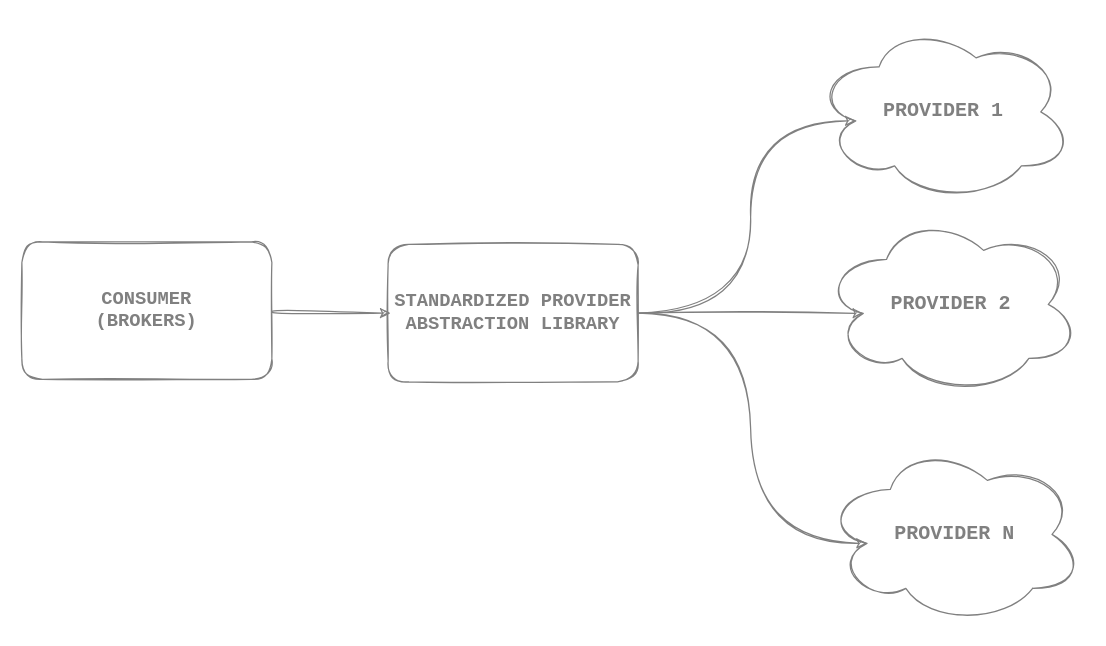
The draw.io diagram page "1.8.0" (2 of 2) of 1. Brokers/Resources/Brokers.drawio in hassanhabib/The-Standard, before the edit. Source tidied: cells renumbered, new cells numbered last; positions are measured from the earlier drawing's top-left corner, leaving out a move shared by most shapes. Both pictures are drawn from the tidied source at 125%, with x=0, y=0 at pixel (21, 21).
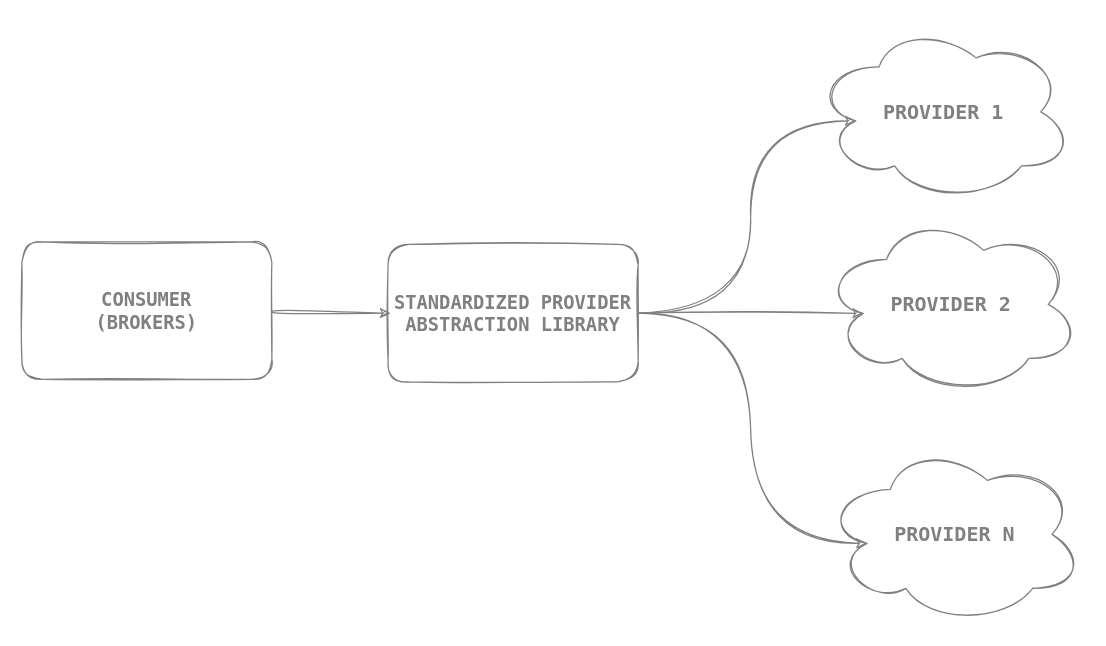
The same page after the edit.

Commit message (it also covers changes not shown here):
CODE RUB: Update Provider Drawing

The edit, as a diff of the source:
```diff
@@
 <mxGraphModel>
   <root>
     <mxCell id="0" />
     <mxCell id="1" parent="0" />
-    <mxCell id="2" style="edgeStyle=none;html=1;entryX=0.087;entryY=0.513;entryDx=0;entryDy=0;entryPerimeter=0;sketch=1;curved=1;labelBackgroundColor=#808080;strokeColor=#808080;fontStyle=1;fontFamily=Courier New;" parent="1" edge="1" source="3">
+    <mxCell id="2" style="edgeStyle=none;html=1;entryX=0.087;entryY=0.513;entryDx=0;entryDy=0;entryPerimeter=0;labelBackgroundColor=#808080;strokeColor=#808080;fontStyle=1;fontFamily=Lucida Console;sketch=1;curved=1;rounded=1;" parent="1" edge="1" source="3">
       <mxGeometry relative="1" as="geometry">
         <mxPoint x="295" y="233.1" as="targetPoint" />
       </mxGeometry>
     </mxCell>
-    <mxCell id="3" value="&lt;font color=&quot;#808080&quot;&gt;&lt;span style=&quot;font-size: 15px&quot;&gt;CONSUMER&lt;br&gt;(BROKERS)&lt;br&gt;&lt;/span&gt;&lt;/font&gt;" style="rounded=1;whiteSpace=wrap;html=1;sketch=1;fillColor=none;fontSize=11;labelBackgroundColor=none;strokeColor=#808080;fontStyle=1;fontFamily=Courier New;" parent="1" vertex="1">
+    <mxCell id="3" value="&lt;font color=&quot;#808080&quot;&gt;&lt;span style=&quot;font-size: 15px&quot;&gt;CONSUMER&lt;br&gt;(BROKERS)&lt;br&gt;&lt;/span&gt;&lt;/font&gt;" style="rounded=1;whiteSpace=wrap;html=1;fillColor=none;fontSize=11;labelBackgroundColor=none;strokeColor=#808080;fontStyle=1;fontFamily=Lucida Console;sketch=1;" parent="1" vertex="1">
       <mxGeometry y="176" width="200" height="110" as="geometry" />
     </mxCell>
-    <mxCell id="4" style="edgeStyle=orthogonalEdgeStyle;rounded=1;jettySize=auto;html=1;entryX=0.16;entryY=0.55;entryDx=0;entryDy=0;entryPerimeter=0;strokeColor=#808080;sketch=1;curved=1;" parent="1" edge="1" source="7" target="8">
+    <mxCell id="4" style="edgeStyle=orthogonalEdgeStyle;rounded=1;jettySize=auto;html=1;entryX=0.16;entryY=0.55;entryDx=0;entryDy=0;entryPerimeter=0;strokeColor=#808080;sketch=1;curved=1;fontFamily=Lucida Console;" parent="1" edge="1" source="7" target="8">
       <mxGeometry relative="1" as="geometry">
         <Array as="points">
           <mxPoint x="583" y="233" />
           <mxPoint x="583" y="79" />
         </Array>
       </mxGeometry>
     </mxCell>
-    <mxCell id="5" style="edgeStyle=orthogonalEdgeStyle;rounded=1;jettySize=auto;html=1;entryX=0.16;entryY=0.55;entryDx=0;entryDy=0;entryPerimeter=0;strokeColor=#808080;sketch=1;curved=1;" parent="1" edge="1" source="7" target="9">
+    <mxCell id="5" style="edgeStyle=orthogonalEdgeStyle;rounded=1;jettySize=auto;html=1;entryX=0.16;entryY=0.55;entryDx=0;entryDy=0;entryPerimeter=0;strokeColor=#808080;sketch=1;curved=1;fontFamily=Lucida Console;" parent="1" edge="1" source="7" target="9">
       <mxGeometry relative="1" as="geometry" />
     </mxCell>
-    <mxCell id="6" style="edgeStyle=orthogonalEdgeStyle;rounded=1;jettySize=auto;html=1;entryX=0.16;entryY=0.55;entryDx=0;entryDy=0;entryPerimeter=0;strokeColor=#808080;sketch=1;curved=1;" parent="1" edge="1" source="7" target="10">
+    <mxCell id="6" style="edgeStyle=orthogonalEdgeStyle;rounded=1;jettySize=auto;html=1;entryX=0.16;entryY=0.55;entryDx=0;entryDy=0;entryPerimeter=0;strokeColor=#808080;sketch=1;curved=1;fontFamily=Lucida Console;" parent="1" edge="1" source="7" target="10">
       <mxGeometry relative="1" as="geometry">
         <Array as="points">
           <mxPoint x="583" y="233" />
           <mxPoint x="583" y="417" />
         </Array>
       </mxGeometry>
     </mxCell>
-    <mxCell id="7" value="&lt;font color=&quot;#808080&quot;&gt;&lt;span style=&quot;font-size: 15px&quot;&gt;STANDARDIZED PROVIDER ABSTRACTION LIBRARY&lt;br&gt;&lt;/span&gt;&lt;/font&gt;" style="rounded=1;whiteSpace=wrap;html=1;sketch=1;fillColor=none;fontSize=11;labelBackgroundColor=none;strokeColor=#808080;fontStyle=1;fontFamily=Courier New;" parent="1" vertex="1">
+    <mxCell id="7" value="&lt;font color=&quot;#808080&quot;&gt;&lt;span style=&quot;font-size: 15px&quot;&gt;STANDARDIZED PROVIDER ABSTRACTION LIBRARY&lt;br&gt;&lt;/span&gt;&lt;/font&gt;" style="rounded=1;whiteSpace=wrap;html=1;fillColor=none;fontSize=11;labelBackgroundColor=none;strokeColor=#808080;fontStyle=1;fontFamily=Lucida Console;sketch=1;" parent="1" vertex="1">
       <mxGeometry x="293" y="178" width="200" height="110" as="geometry" />
     </mxCell>
-    <mxCell id="8" value="PROVIDER 1" style="ellipse;shape=cloud;whiteSpace=wrap;html=1;strokeColor=#808080;fontColor=#808080;sketch=1;rounded=1;fontStyle=1;fontSize=16;fontFamily=Courier New;labelBackgroundColor=none;fillColor=none;" parent="1" vertex="1">
+    <mxCell id="8" value="&lt;font&gt;PROVIDER 1&lt;/font&gt;" style="ellipse;shape=cloud;whiteSpace=wrap;html=1;strokeColor=#808080;fontColor=#808080;rounded=1;fontStyle=1;fontSize=16;fontFamily=Lucida Console;labelBackgroundColor=none;fillColor=none;sketch=1;" parent="1" vertex="1">
       <mxGeometry x="634" width="207" height="144" as="geometry" />
     </mxCell>
-    <mxCell id="9" value="PROVIDER 2" style="ellipse;shape=cloud;whiteSpace=wrap;html=1;strokeColor=#808080;fontColor=#808080;sketch=1;rounded=1;fontStyle=1;fontSize=16;fontFamily=Courier New;labelBackgroundColor=none;fillColor=none;" parent="1" vertex="1">
+    <mxCell id="9" value="PROVIDER 2" style="ellipse;shape=cloud;whiteSpace=wrap;html=1;strokeColor=#808080;fontColor=#808080;rounded=1;fontStyle=1;fontSize=16;fontFamily=Lucida Console;labelBackgroundColor=none;fillColor=none;sketch=1;" parent="1" vertex="1">
       <mxGeometry x="640" y="154" width="207" height="144" as="geometry" />
     </mxCell>
-    <mxCell id="10" value="PROVIDER N" style="ellipse;shape=cloud;whiteSpace=wrap;html=1;strokeColor=#808080;fontColor=#808080;sketch=1;rounded=1;fontStyle=1;fontSize=16;fontFamily=Courier New;labelBackgroundColor=none;fillColor=none;" parent="1" vertex="1">
+    <mxCell id="10" value="PROVIDER N" style="ellipse;shape=cloud;whiteSpace=wrap;html=1;strokeColor=#808080;fontColor=#808080;rounded=1;fontStyle=1;fontSize=16;fontFamily=Lucida Console;labelBackgroundColor=none;fillColor=none;sketch=1;" parent="1" vertex="1">
       <mxGeometry x="643" y="338" width="207" height="144" as="geometry" />
     </mxCell>
   </root>
 </mxGraphModel>
```
